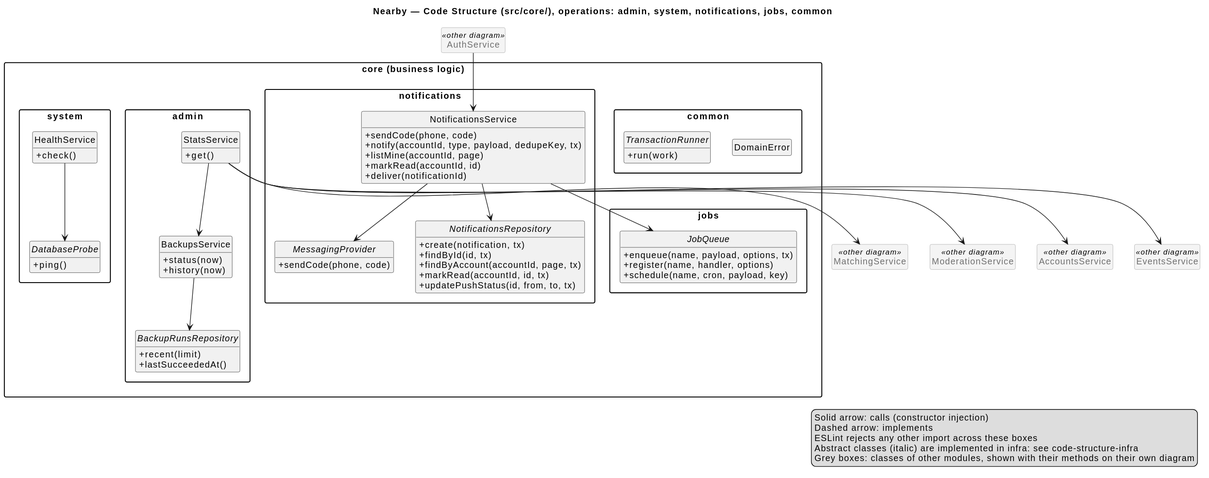
This is docs/architecture/uml/rendered/code-structure-core-operations.svg from ukma-fin-ssdm-2026/pun-intended-team, a PlantUML export, as it was before one commit.
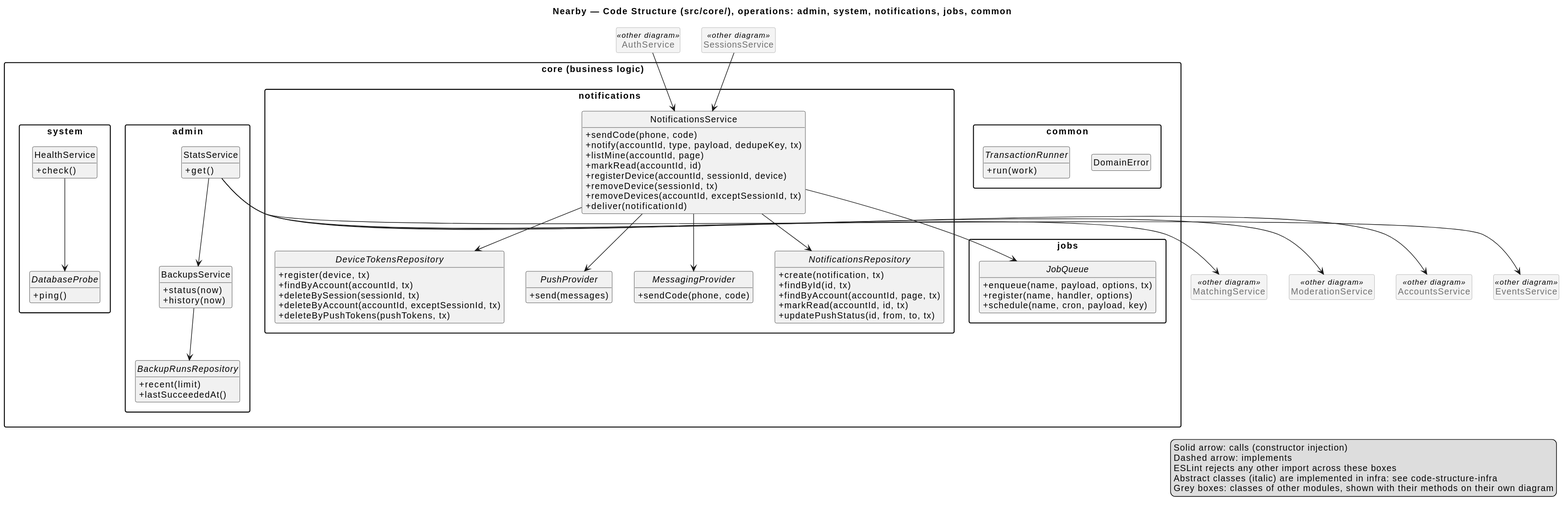
Later version of the same file.

Commit message:
(#372) Document push delivery and device tokens

The edit, as a diff of the source:
```diff
@@ -40,6 +40,9 @@
       +notify(accountId, type, payload, dedupeKey, tx)
       +listMine(accountId, page)
       +markRead(accountId, id)
+      +registerDevice(accountId, sessionId, device)
+      +removeDevice(sessionId, tx)
+      +removeDevices(accountId, exceptSessionId, tx)
       +deliver(notificationId)
     }
     abstract class MessagingProvider {
@@ -51,6 +54,16 @@
       +findByAccount(accountId, page, tx)
       +markRead(accountId, id, tx)
       +updatePushStatus(id, from, to, tx)
+    }
+    abstract class DeviceTokensRepository {
+      +register(device, tx)
+      +findByAccount(accountId, tx)
+      +deleteBySession(sessionId, tx)
+      +deleteByAccount(accountId, exceptSessionId, tx)
+      +deleteByPushTokens(pushTokens, tx)
+    }
+    abstract class PushProvider {
+      +send(messages)
     }
   }
   package jobs {
@@ -73,8 +86,10 @@
 class MatchingService <<other diagram>>
 class ModerationService <<other diagram>>
 class AuthService <<other diagram>>
+class SessionsService <<other diagram>>
 
 AuthService --> NotificationsService
+SessionsService --> NotificationsService
 StatsService --> AccountsService
 StatsService --> EventsService
 StatsService --> MatchingService
@@ -84,6 +99,8 @@
 HealthService --> DatabaseProbe
 NotificationsService --> MessagingProvider
 NotificationsService --> NotificationsRepository
+NotificationsService --> DeviceTokensRepository
+NotificationsService --> PushProvider
 NotificationsService --> JobQueue
 
 legend right
```
